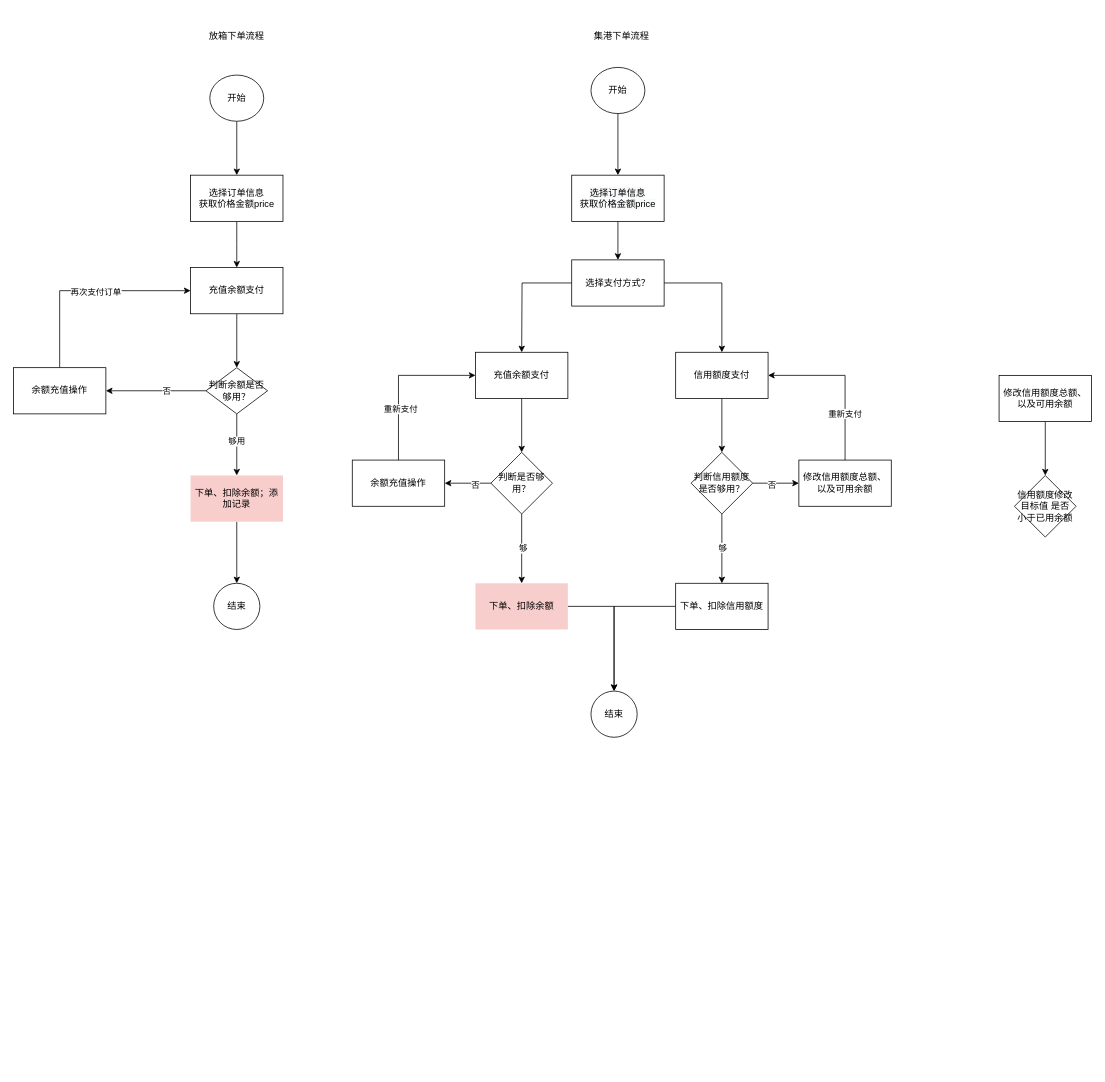
Earlier version of the draw.io diagram 放箱/订单及充值流程.drawio (gongyao1992/draw). Source tidied: cells renumbered, new cells numbered last; positions are measured from the earlier drawing's top-left corner, leaving out a move shared by most shapes. Both pictures are drawn from the tidied source at 77%, with x=0, y=0 at pixel (13, 13).
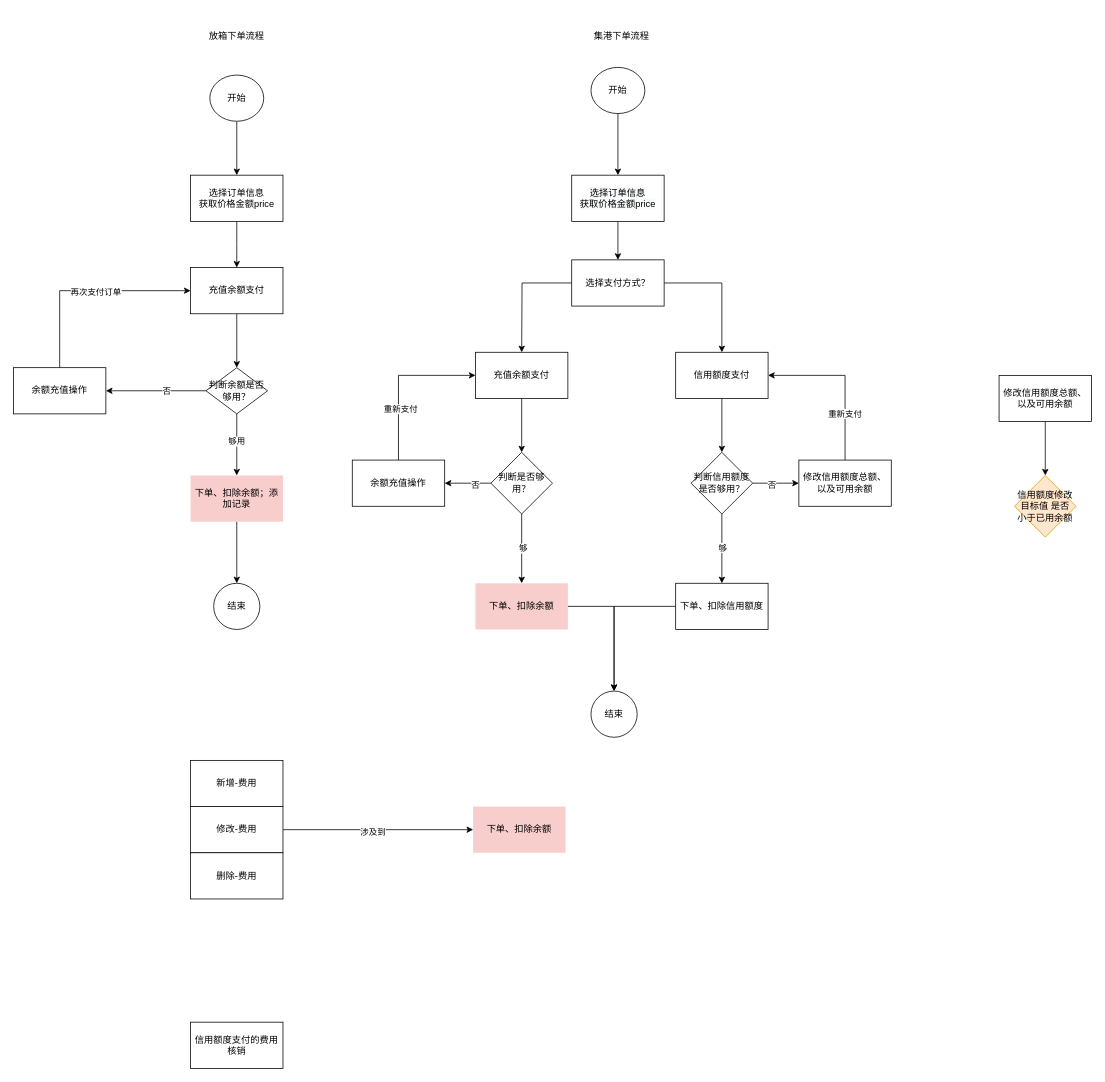
The same diagram, later.

Commit message:
更新放箱/订单及充值流程.drawio

Diff of the diagram source:
```diff
@@
-    <mxCell id="55" value="信用额度修改目标值 是否 小于已用余额" style="rhombus;whiteSpace=wrap;html=1;rounded=0;" parent="1" vertex="1">
+    <mxCell id="55" value="信用额度修改目标值 是否 小于已用余额" style="rhombus;whiteSpace=wrap;html=1;rounded=0;fillColor=#ffe6cc;strokeColor=#d79b00;" parent="1" vertex="1">
       <mxGeometry x="1300" y="600" width="80" height="80" as="geometry" />
     </mxCell>
+    <mxCell id="56" style="edgeStyle=orthogonalEdgeStyle;rounded=0;jettySize=auto;html=1;exitX=1;exitY=0.5;exitDx=0;exitDy=0;entryX=0;entryY=0.5;entryDx=0;entryDy=0;" parent="1" edge="1" source="58" target="61">
+      <mxGeometry relative="1" as="geometry" />
+    </mxCell>
+    <mxCell id="57" value="涉及到" style="edgeLabel;html=1;align=center;verticalAlign=middle;" parent="56" vertex="1">
+      <mxGeometry x="-0.06" y="-2" relative="1" as="geometry" />
+    </mxCell>
+    <mxCell id="58" value="修改-费用" style="rounded=0;whiteSpace=wrap;html=1;sketch=0;" parent="1" vertex="1">
+      <mxGeometry x="230" y="1030" width="120" height="60" as="geometry" />
+    </mxCell>
+    <mxCell id="59" value="新增-费用" style="rounded=0;whiteSpace=wrap;html=1;sketch=0;" parent="1" vertex="1">
+      <mxGeometry x="230" y="970" width="120" height="60" as="geometry" />
+    </mxCell>
+    <mxCell id="60" value="删除-费用" style="rounded=0;whiteSpace=wrap;html=1;sketch=0;" parent="1" vertex="1">
+      <mxGeometry x="230" y="1090" width="120" height="60" as="geometry" />
+    </mxCell>
+    <mxCell id="61" value="下单、扣除余额" style="whiteSpace=wrap;html=1;rounded=0;fillColor=#f8cecc;strokeColor=none;" parent="1" vertex="1">
+      <mxGeometry x="597" y="1030" width="120" height="60" as="geometry" />
+    </mxCell>
+    <mxCell id="62" value="信用额度支付的费用核销" style="rounded=0;whiteSpace=wrap;html=1;sketch=0;" parent="1" vertex="1">
+      <mxGeometry x="230" y="1310" width="120" height="60" as="geometry" />
+    </mxCell>
```
